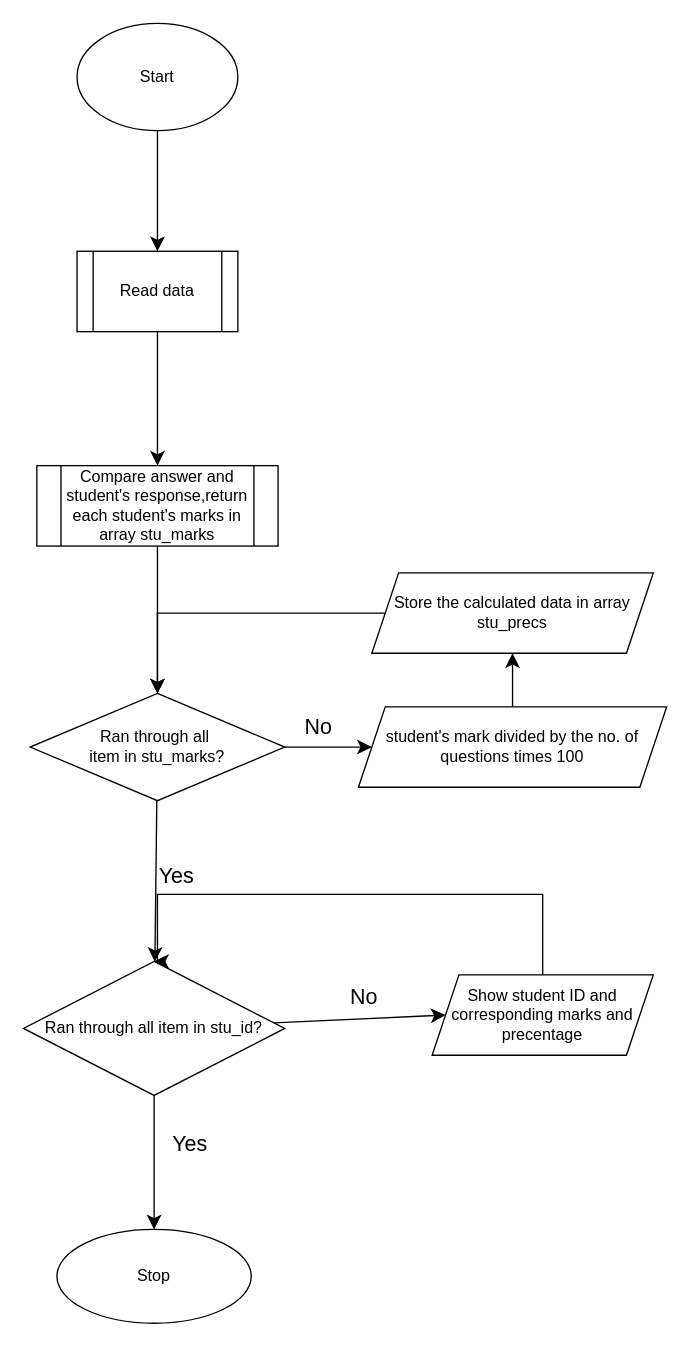
Before: SBA Flowchart.drawio in GaryAmor/SBA, a draw.io diagram. Source tidied: cells renumbered, new cells numbered last; positions are measured from the earlier drawing's top-left corner, leaving out a move shared by most shapes. Both pictures are drawn from the tidied source at 134%, with x=0, y=0 at pixel (23, 23).
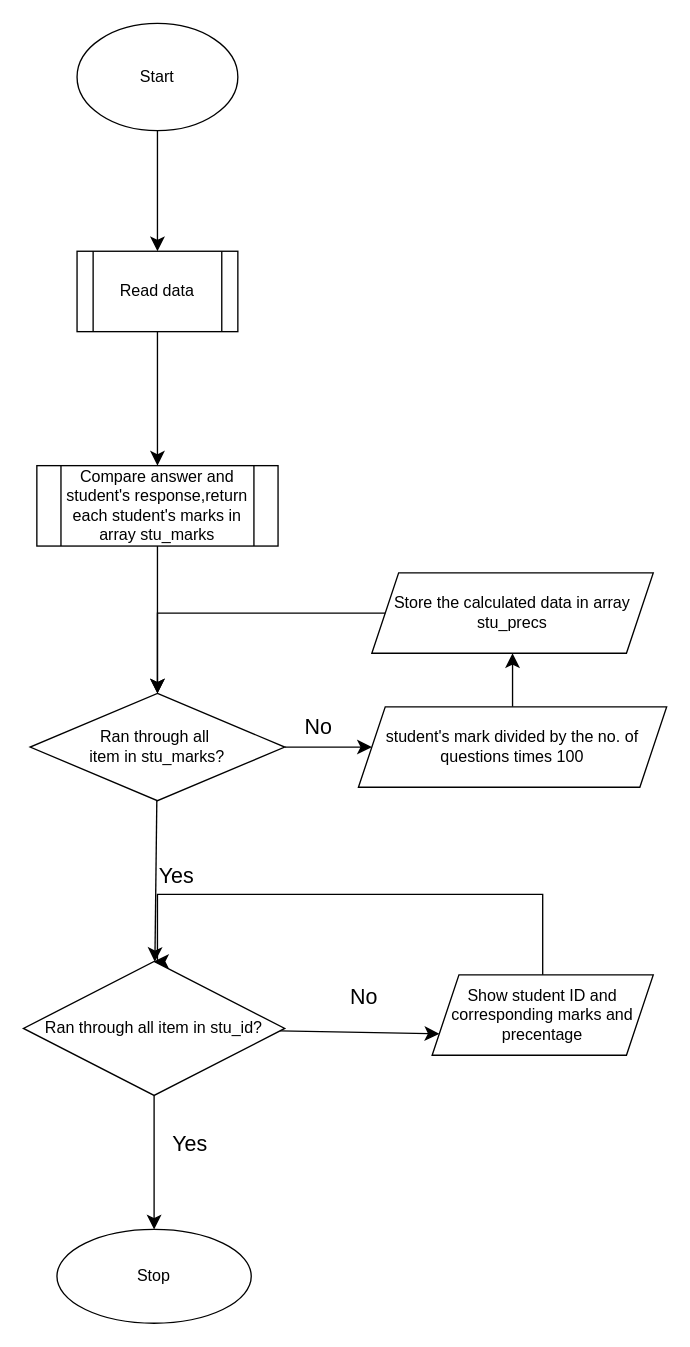
The same page after the edit.

The change refers to these unchanged cells:
```xml
<mxCell id="18" value="Ran through all item in stu_id?" style="rhombus;whiteSpace=wrap;html=1;" parent="1" vertex="1">
  <mxGeometry y="700" width="195" height="100" as="geometry" />
</mxCell>
<mxCell id="20" value="Show student ID and corresponding marks and precentage" style="shape=parallelogram;perimeter=parallelogramPerimeter;whiteSpace=wrap;html=1;fixedSize=1;" parent="1" vertex="1">
  <mxGeometry x="305" y="710" width="165" height="60" as="geometry" />
</mxCell>
```

What changed in the source:
```diff
@@
-    <mxCell id="16" style="edgeStyle=none;curved=1;rounded=0;jettySize=auto;html=1;entryX=0;entryY=0.5;entryDx=0;entryDy=0;fontSize=12;startSize=8;endSize=8;" parent="1" edge="1" source="18" target="20">
+    <mxCell id="16" style="edgeStyle=none;curved=1;rounded=0;jettySize=auto;html=1;entryX=0;entryY=0.75;entryDx=0;entryDy=0;fontSize=12;startSize=8;endSize=8;" parent="1" edge="1" source="18" target="20">
       <mxGeometry relative="1" as="geometry" />
     </mxCell>
```
